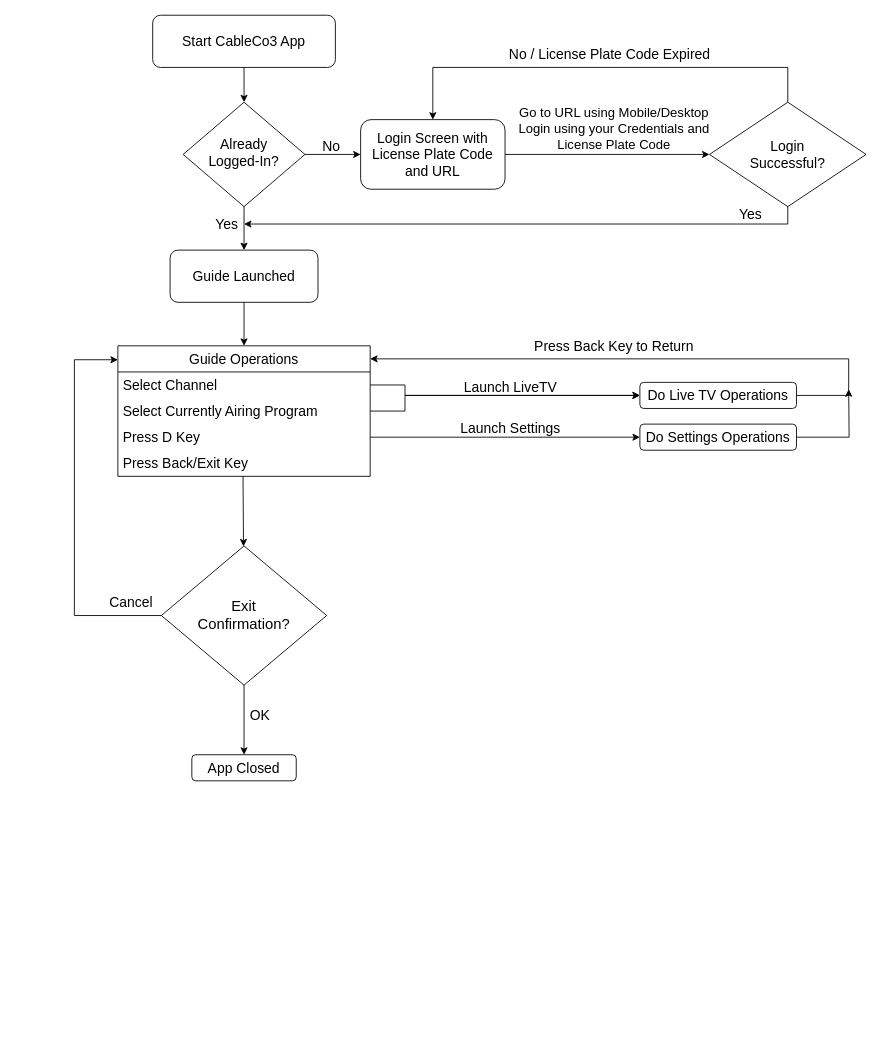
ashokkumarsh/diagrams keeps this draw.io diagram as ApplicationFlowDiagram.drawio. Above is the earlier version. Source tidied: cells renumbered, new cells numbered last; positions are measured from the earlier drawing's top-left corner, leaving out a move shared by most shapes. Both pictures are drawn from the tidied source at 87%, with x=0, y=0 at pixel (74, 15).
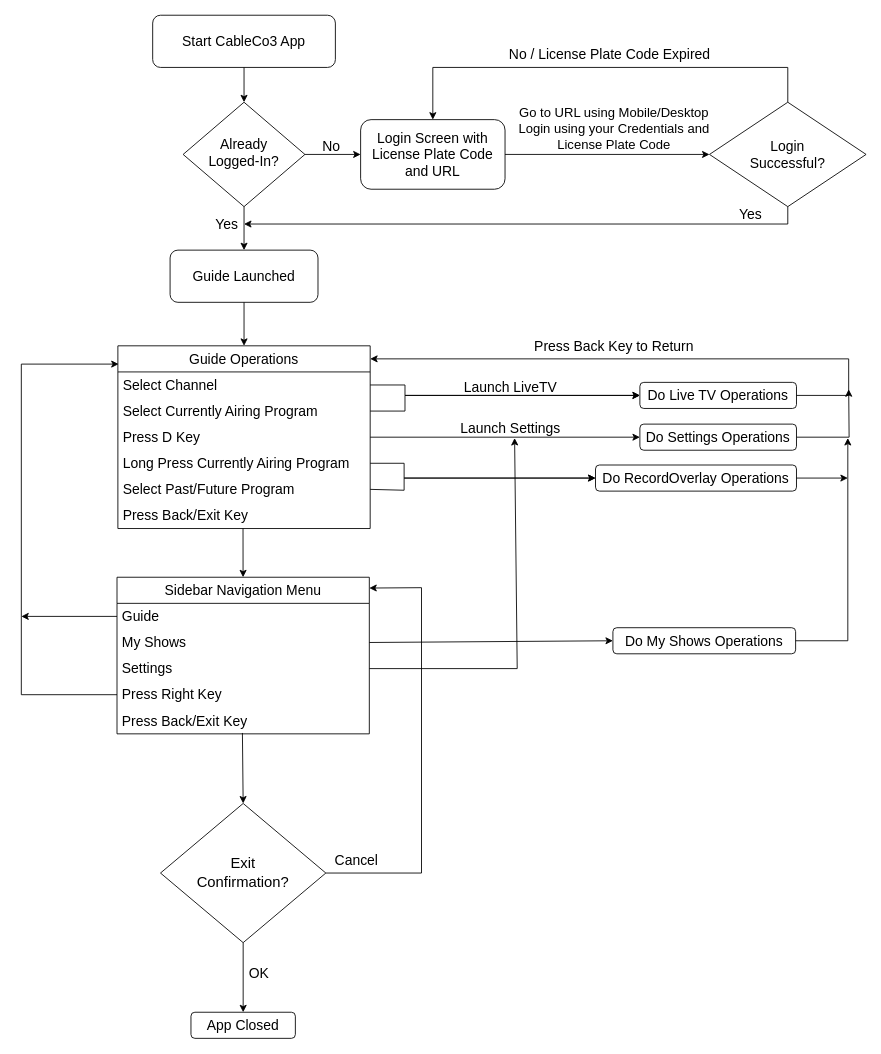
Above is the later version.

Diff of the diagram source:
```diff
@@
     <mxCell id="16" value="Guide Operations" style="swimlane;fontStyle=0;horizontal=1;startSize=30;whiteSpace=wrap;html=1;fontSize=16;" parent="1" vertex="1">
-      <mxGeometry x="50" y="380" width="290" height="150" as="geometry" />
+      <mxGeometry x="50" y="380" width="290" height="210" as="geometry" />
     </mxCell>
@@
+    <mxCell id="41" value="Long Press Currently Airing Program" style="text;strokeColor=none;fillColor=none;align=left;verticalAlign=middle;spacingLeft=4;spacingRight=4;overflow=hidden;points=[[0,0.5],[1,0.5]];portConstraint=eastwest;whiteSpace=wrap;html=1;fontSize=16;" parent="16" vertex="1">
+      <mxGeometry y="120" width="290" height="30" as="geometry" />
+    </mxCell>
+    <mxCell id="42" value="Select Past/Future Program" style="text;strokeColor=none;fillColor=none;align=left;verticalAlign=middle;spacingLeft=4;spacingRight=4;overflow=hidden;points=[[0,0.5],[1,0.5]];portConstraint=eastwest;whiteSpace=wrap;html=1;fontSize=16;" parent="16" vertex="1">
+      <mxGeometry y="150" width="290" height="30" as="geometry" />
+    </mxCell>
     <mxCell id="20" value="Press Back/Exit Key" style="text;strokeColor=none;fillColor=none;align=left;verticalAlign=middle;spacingLeft=4;spacingRight=4;overflow=hidden;points=[[0,0.5],[1,0.5]];portConstraint=eastwest;whiteSpace=wrap;html=1;fontSize=16;" parent="16" vertex="1">
-      <mxGeometry y="120" width="290" height="30" as="geometry" />
+      <mxGeometry y="180" width="290" height="30" as="geometry" />
     </mxCell>
@@
     <mxCell id="34" value="Exit&lt;br style=&quot;font-size: 17px;&quot;&gt;Confirmation?" style="rhombus;whiteSpace=wrap;html=1;fontSize=17;" parent="1" vertex="1">
-      <mxGeometry x="100" y="610" width="190" height="160" as="geometry" />
+      <mxGeometry x="99" y="906" width="190" height="160" as="geometry" />
     </mxCell>
-    <mxCell id="35" style="endArrow=classic;html=1;rounded=0;exitX=0.496;exitY=0.995;exitDx=0;exitDy=0;exitPerimeter=0;" parent="1" edge="1" source="20" target="34">
+    <mxCell id="35" style="endArrow=classic;html=1;rounded=0;exitX=0.496;exitY=0.995;exitDx=0;exitDy=0;exitPerimeter=0;" parent="1" edge="1" source="20" target="43">
       <mxGeometry relative="1" as="geometry" />
     </mxCell>
     <mxCell id="36" value="App Closed" style="rounded=1;whiteSpace=wrap;html=1;fontSize=16;" parent="1" vertex="1">
-      <mxGeometry x="135" y="850" width="120" height="30" as="geometry" />
+      <mxGeometry x="134" y="1146" width="120" height="30" as="geometry" />
     </mxCell>
@@
     <mxCell id="38" value="OK" style="text;html=1;align=center;verticalAlign=middle;strokeColor=none;fillColor=none;fontSize=16;" parent="1" vertex="1">
-      <mxGeometry x="188" y="790" width="50" height="30" as="geometry" />
+      <mxGeometry x="187" y="1086" width="50" height="30" as="geometry" />
     </mxCell>
     <mxCell id="39" value="Cancel" style="text;html=1;align=center;verticalAlign=middle;strokeColor=none;fillColor=none;fontSize=16;" parent="1" vertex="1">
-      <mxGeometry x="30" y="660" width="70" height="30" as="geometry" />
+      <mxGeometry x="289" y="956" width="70" height="30" as="geometry" />
     </mxCell>
-    <mxCell id="40" style="edgeStyle=orthogonalEdgeStyle;rounded=0;jettySize=auto;html=1;exitX=0;exitY=0.5;exitDx=0;exitDy=0;" parent="1" edge="1" source="34" target="16">
-      <mxGeometry relative="1" as="geometry">
-        <Array as="points">
-          <mxPoint y="690" />
-          <mxPoint y="396" />
-        </Array>
-      </mxGeometry>
-    </mxCell>
+    <mxCell id="43" value="Sidebar Navigation Menu" style="swimlane;fontStyle=0;horizontal=1;startSize=30;whiteSpace=wrap;html=1;fontSize=16;" parent="1" vertex="1">
+      <mxGeometry x="49" y="646" width="290" height="180" as="geometry" />
+    </mxCell>
+    <mxCell id="44" value="Guide" style="text;strokeColor=none;fillColor=none;align=left;verticalAlign=middle;spacingLeft=4;spacingRight=4;overflow=hidden;points=[[0,0.5],[1,0.5]];portConstraint=eastwest;whiteSpace=wrap;html=1;fontSize=16;" parent="43" vertex="1">
+      <mxGeometry y="30" width="290" height="30" as="geometry" />
+    </mxCell>
+    <mxCell id="45" value="My Shows" style="text;strokeColor=none;fillColor=none;align=left;verticalAlign=middle;spacingLeft=4;spacingRight=4;overflow=hidden;points=[[0,0.5],[1,0.5]];portConstraint=eastwest;whiteSpace=wrap;html=1;fontSize=16;" parent="43" vertex="1">
+      <mxGeometry y="60" width="290" height="30" as="geometry" />
+    </mxCell>
+    <mxCell id="46" value="Settings" style="text;strokeColor=none;fillColor=none;align=left;verticalAlign=middle;spacingLeft=4;spacingRight=4;overflow=hidden;points=[[0,0.5],[1,0.5]];portConstraint=eastwest;whiteSpace=wrap;html=1;fontSize=16;" parent="43" vertex="1">
+      <mxGeometry y="90" width="290" height="30" as="geometry" />
+    </mxCell>
+    <mxCell id="47" value="Press Right Key" style="text;strokeColor=none;fillColor=none;align=left;verticalAlign=middle;spacingLeft=4;spacingRight=4;overflow=hidden;points=[[0,0.5],[1,0.5]];portConstraint=eastwest;whiteSpace=wrap;html=1;fontSize=16;" parent="43" vertex="1">
+      <mxGeometry y="120" width="290" height="30" as="geometry" />
+    </mxCell>
+    <mxCell id="48" value="Press Back/Exit Key" style="text;strokeColor=none;fillColor=none;align=left;verticalAlign=middle;spacingLeft=4;spacingRight=4;overflow=hidden;points=[[0,0.5],[1,0.5]];portConstraint=eastwest;whiteSpace=wrap;html=1;fontSize=16;" parent="43" vertex="1">
+      <mxGeometry y="150" width="290" height="30" as="geometry" />
+    </mxCell>
+    <mxCell id="49" style="endArrow=classic;html=1;rounded=0;entryX=0.5;entryY=0;entryDx=0;entryDy=0;exitX=0.497;exitY=0.967;exitDx=0;exitDy=0;exitPerimeter=0;" parent="1" edge="1" source="48" target="34">
+      <mxGeometry relative="1" as="geometry" />
+    </mxCell>
+    <mxCell id="50" style="endArrow=classic;html=1;rounded=0;exitX=1;exitY=0.5;exitDx=0;exitDy=0;entryX=1;entryY=0.069;entryDx=0;entryDy=0;entryPerimeter=0;" parent="1" edge="1" source="34" target="43">
+      <mxGeometry relative="1" as="geometry">
+        <Array as="points">
+          <mxPoint x="399" y="986" />
+          <mxPoint x="399" y="658" />
+        </Array>
+      </mxGeometry>
+    </mxCell>
+    <mxCell id="51" style="endArrow=classic;html=1;rounded=0;exitX=0;exitY=0.5;exitDx=0;exitDy=0;entryX=0.003;entryY=0.1;entryDx=0;entryDy=0;entryPerimeter=0;" parent="1" edge="1" source="47" target="16">
+      <mxGeometry relative="1" as="geometry">
+        <Array as="points">
+          <mxPoint x="-61" y="781" />
+          <mxPoint x="-61" y="401" />
+        </Array>
+      </mxGeometry>
+    </mxCell>
+    <mxCell id="52" style="endArrow=classic;html=1;rounded=0;exitX=0;exitY=0.5;exitDx=0;exitDy=0;" parent="1" edge="1" source="44">
+      <mxGeometry relative="1" as="geometry">
+        <mxPoint x="-61" y="691" as="targetPoint" />
+      </mxGeometry>
+    </mxCell>
+    <mxCell id="53" style="endArrow=classic;html=1;rounded=0;exitX=1;exitY=0.5;exitDx=0;exitDy=0;" parent="1" edge="1" source="46">
+      <mxGeometry relative="1" as="geometry">
+        <mxPoint x="506" y="486" as="targetPoint" />
+        <Array as="points">
+          <mxPoint x="509" y="751" />
+        </Array>
+      </mxGeometry>
+    </mxCell>
+    <mxCell id="54" value="Do My Shows Operations" style="rounded=1;whiteSpace=wrap;html=1;fontSize=16;" parent="1" vertex="1">
+      <mxGeometry x="619" y="704" width="210" height="30" as="geometry" />
+    </mxCell>
+    <mxCell id="55" style="endArrow=classic;html=1;rounded=0;exitX=1;exitY=0.5;exitDx=0;exitDy=0;entryX=0;entryY=0.5;entryDx=0;entryDy=0;" parent="1" edge="1" source="45" target="54">
+      <mxGeometry relative="1" as="geometry" />
+    </mxCell>
+    <mxCell id="56" style="endArrow=classic;html=1;rounded=0;exitX=1;exitY=0.5;exitDx=0;exitDy=0;" parent="1" edge="1" source="54">
+      <mxGeometry relative="1" as="geometry">
+        <mxPoint x="889" y="486" as="targetPoint" />
+        <Array as="points">
+          <mxPoint x="889" y="719" />
+        </Array>
+      </mxGeometry>
+    </mxCell>
+    <mxCell id="57" value="Do RecordOverlay Operations" style="rounded=1;whiteSpace=wrap;html=1;fontSize=16;" parent="1" vertex="1">
+      <mxGeometry x="599" y="517" width="231" height="30" as="geometry" />
+    </mxCell>
+    <mxCell id="58" style="endArrow=classic;html=1;rounded=0;entryX=0;entryY=0.5;entryDx=0;entryDy=0;exitX=1;exitY=0.5;exitDx=0;exitDy=0;" parent="1" edge="1" source="41" target="57">
+      <mxGeometry relative="1" as="geometry">
+        <Array as="points">
+          <mxPoint x="379" y="515" />
+          <mxPoint x="379" y="532" />
+        </Array>
+      </mxGeometry>
+    </mxCell>
+    <mxCell id="59" style="endArrow=classic;html=1;rounded=0;exitX=1;exitY=0.5;exitDx=0;exitDy=0;entryX=0;entryY=0.5;entryDx=0;entryDy=0;" parent="1" edge="1" source="42" target="57">
+      <mxGeometry relative="1" as="geometry">
+        <Array as="points">
+          <mxPoint x="379" y="546" />
+          <mxPoint x="379" y="532" />
+        </Array>
+      </mxGeometry>
+    </mxCell>
+    <mxCell id="60" style="endArrow=classic;html=1;rounded=0;exitX=1;exitY=0.5;exitDx=0;exitDy=0;" parent="1" edge="1" source="57">
+      <mxGeometry relative="1" as="geometry">
+        <mxPoint x="889" y="532" as="targetPoint" />
+      </mxGeometry>
+    </mxCell>
```
